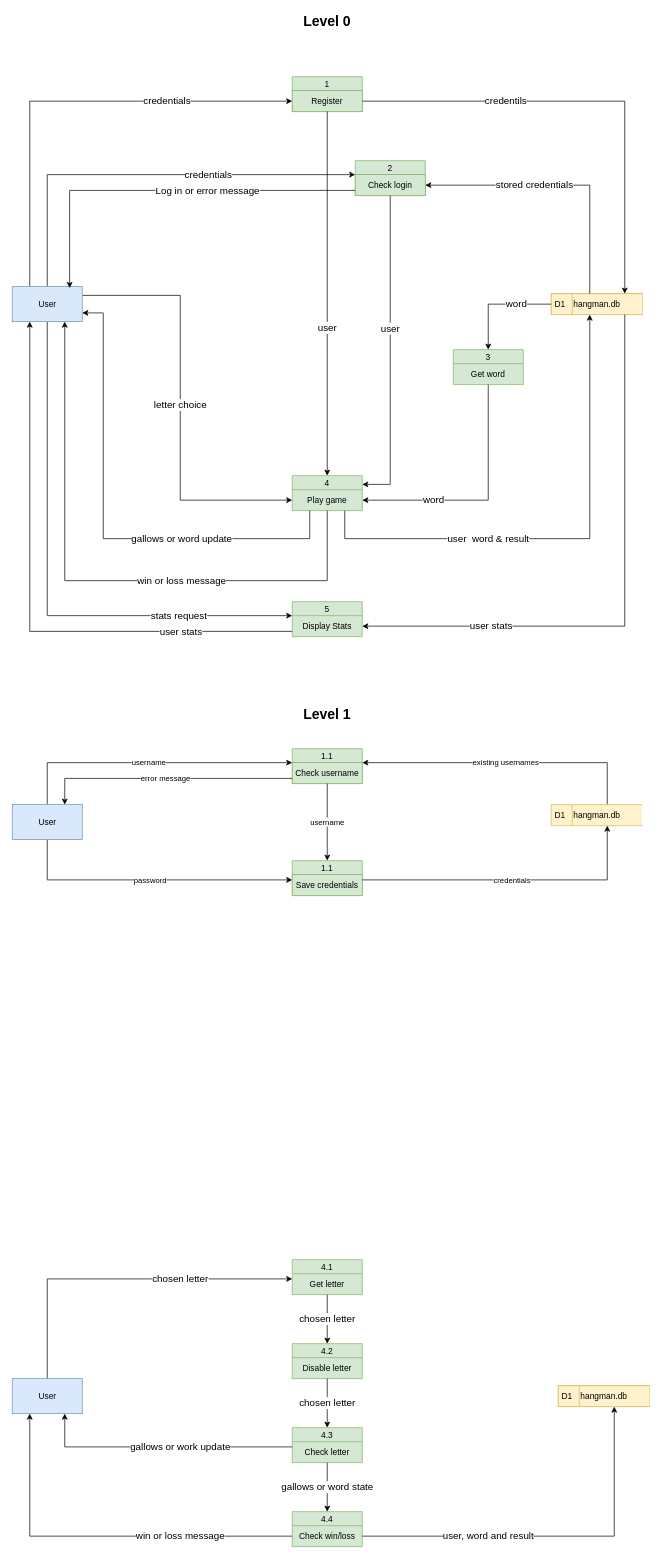
Before: page "DFD" (5 of 7) of scenario/scenario_unit_2.drawio in DamoM73/digital-solutions-text, a draw.io diagram. Source tidied: cells renumbered, new cells numbered last; positions are measured from the earlier drawing's top-left corner, leaving out a move shared by most shapes. Both pictures are drawn from the tidied source at 70%, with x=0, y=0 at pixel (12, 13).
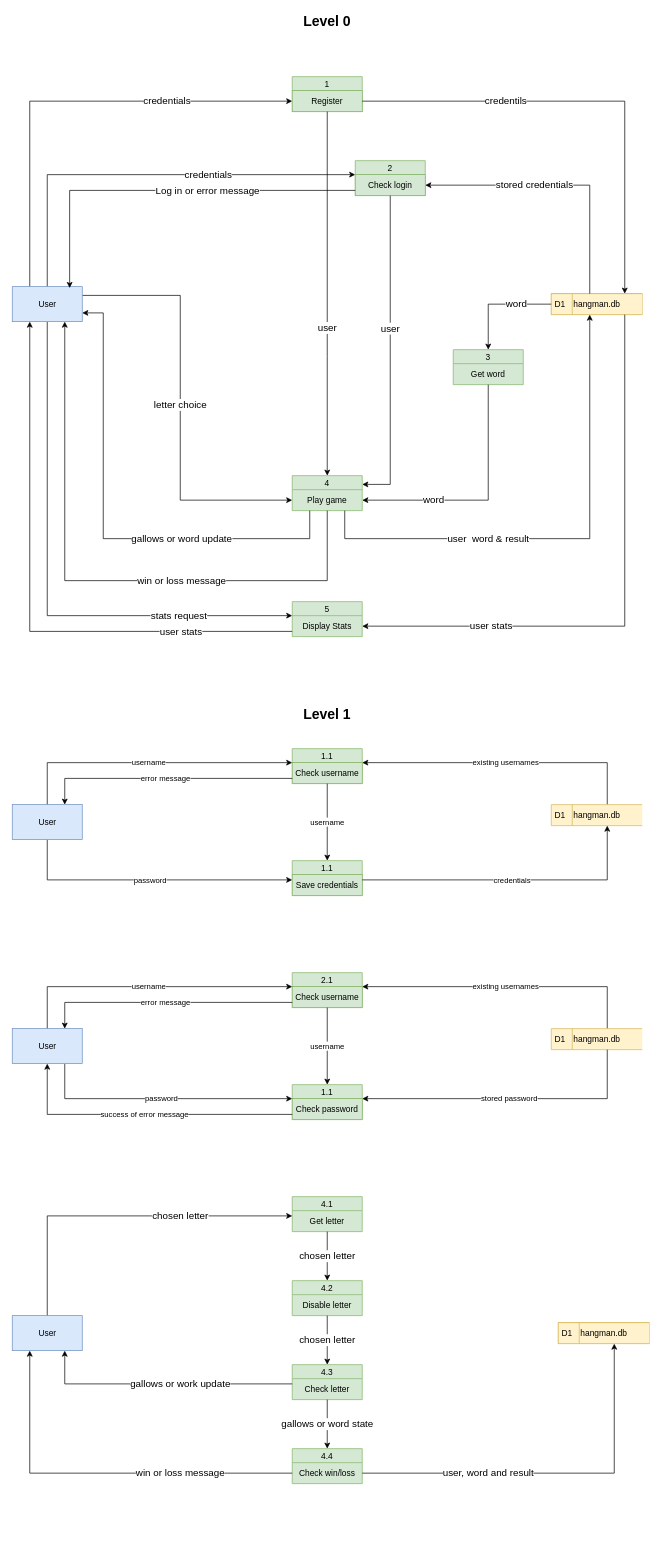
The same diagram, later.

Change to the diagram source:
```diff
@@
     <mxCell id="18" value="4.1" style="swimlane;fontStyle=0;horizontal=1;startSize=20;fillColor=#d5e8d4;swimlaneFillColor=#D5E8D4;strokeColor=#82b366;" parent="1" vertex="1">
-      <mxGeometry x="400" y="1780" width="100" height="50" as="geometry" />
+      <mxGeometry x="400" y="1690" width="100" height="50" as="geometry" />
     </mxCell>
@@
     <mxCell id="20" value="4.2" style="swimlane;fontStyle=0;horizontal=1;startSize=20;fillColor=#d5e8d4;swimlaneFillColor=#D5E8D4;strokeColor=#82b366;" parent="1" vertex="1">
-      <mxGeometry x="400" y="1900" width="100" height="50" as="geometry" />
+      <mxGeometry x="400" y="1810" width="100" height="50" as="geometry" />
     </mxCell>
@@
     <mxCell id="22" value="4.4" style="swimlane;fontStyle=0;horizontal=1;startSize=20;fillColor=#d5e8d4;swimlaneFillColor=#D5E8D4;strokeColor=#82b366;" parent="1" vertex="1">
-      <mxGeometry x="400" y="2140" width="100" height="50" as="geometry" />
+      <mxGeometry x="400" y="2050" width="100" height="50" as="geometry" />
     </mxCell>
@@
     <mxCell id="36" value="User" style="html=1;dashed=0;whitespace=wrap;fillColor=#dae8fc;strokeColor=#6c8ebf;" parent="1" vertex="1">
-      <mxGeometry y="1950" width="100" height="50" as="geometry" />
+      <mxGeometry y="1860" width="100" height="50" as="geometry" />
     </mxCell>
@@
     <mxCell id="40" value="4.3" style="swimlane;fontStyle=0;horizontal=1;startSize=20;fillColor=#d5e8d4;swimlaneFillColor=#D5E8D4;strokeColor=#82b366;" parent="1" vertex="1">
-      <mxGeometry x="400" y="2020" width="100" height="50" as="geometry" />
+      <mxGeometry x="400" y="1930" width="100" height="50" as="geometry" />
     </mxCell>
@@
     <mxCell id="50" style="group;align=left;fillColor=#fff2cc;strokeColor=#d6b656;" parent="1" vertex="1">
-      <mxGeometry x="780" y="1960" width="130" height="30" as="geometry" />
+      <mxGeometry x="780" y="1870" width="130" height="30" as="geometry" />
     </mxCell>
@@
+    <mxCell id="67" value="username" style="edgeStyle=orthogonalEdgeStyle;rounded=0;jettySize=auto;html=1;exitX=0.5;exitY=0;exitDx=0;exitDy=0;entryX=0;entryY=0;entryDx=0;entryDy=0;" parent="1" edge="1" source="69" target="71">
+      <mxGeometry relative="1" as="geometry">
+        <Array as="points">
+          <mxPoint x="50" y="1390" />
+        </Array>
+      </mxGeometry>
+    </mxCell>
+    <mxCell id="68" value="password" style="edgeStyle=orthogonalEdgeStyle;rounded=0;jettySize=auto;html=1;exitX=0.75;exitY=1;exitDx=0;exitDy=0;entryX=0;entryY=0;entryDx=0;entryDy=0;" parent="1" edge="1" source="69" target="78">
+      <mxGeometry relative="1" as="geometry">
+        <Array as="points">
+          <mxPoint x="75" y="1550" />
+        </Array>
+      </mxGeometry>
+    </mxCell>
+    <mxCell id="69" value="User" style="html=1;dashed=0;whitespace=wrap;fillColor=#dae8fc;strokeColor=#6c8ebf;" parent="1" vertex="1">
+      <mxGeometry y="1450" width="100" height="50" as="geometry" />
+    </mxCell>
+    <mxCell id="70" value="2.1" style="swimlane;fontStyle=0;horizontal=1;startSize=20;fillColor=#d5e8d4;swimlaneFillColor=#ffffff;strokeColor=#82b366;" parent="1" vertex="1">
+      <mxGeometry x="400" y="1370" width="100" height="50" as="geometry" />
+    </mxCell>
+    <mxCell id="71" value="Check username" style="text;html=1;strokeColor=#82b366;fillColor=#d5e8d4;align=center;verticalAlign=middle;whiteSpace=wrap;rounded=0;" parent="70" vertex="1">
+      <mxGeometry y="20" width="100" height="30" as="geometry" />
+    </mxCell>
+    <mxCell id="72" value="existing usernames" style="edgeStyle=orthogonalEdgeStyle;rounded=0;jettySize=auto;html=1;exitX=0.5;exitY=0;exitDx=0;exitDy=0;entryX=1;entryY=0;entryDx=0;entryDy=0;" parent="1" edge="1" source="76" target="71">
+      <mxGeometry relative="1" as="geometry">
+        <Array as="points">
+          <mxPoint x="850" y="1390" />
+        </Array>
+      </mxGeometry>
+    </mxCell>
+    <mxCell id="73" value="error message" style="edgeStyle=orthogonalEdgeStyle;rounded=0;jettySize=auto;html=1;exitX=0;exitY=0.75;exitDx=0;exitDy=0;entryX=0.75;entryY=0;entryDx=0;entryDy=0;" parent="1" edge="1" source="71" target="69">
+      <mxGeometry relative="1" as="geometry" />
+    </mxCell>
+    <mxCell id="74" style="group;" parent="1" vertex="1">
+      <mxGeometry x="770" y="1450" width="130" height="30" as="geometry" />
+    </mxCell>
+    <mxCell id="75" value="D1" style="html=1;dashed=0;whitespace=wrap;shape=mxgraph.dfd.dataStoreID;align=left;spacingLeft=3;fillColor=#fff2cc;strokeColor=#d6b656;" parent="74" vertex="1">
+      <mxGeometry width="130" height="30" as="geometry" />
+    </mxCell>
+    <mxCell id="76" value="hangman.db" style="text;html=1;strokeColor=none;fillColor=none;align=left;verticalAlign=middle;whiteSpace=wrap;rounded=0;" parent="74" vertex="1">
+      <mxGeometry x="30" width="100" height="30" as="geometry" />
+    </mxCell>
+    <mxCell id="77" value="1.1" style="swimlane;fontStyle=0;horizontal=1;startSize=20;fillColor=#d5e8d4;swimlaneFillColor=#ffffff;strokeColor=#82b366;" parent="1" vertex="1">
+      <mxGeometry x="400" y="1530" width="100" height="50" as="geometry" />
+    </mxCell>
+    <mxCell id="78" value="Check password" style="text;html=1;strokeColor=#82b366;fillColor=#d5e8d4;align=center;verticalAlign=middle;whiteSpace=wrap;rounded=0;" parent="77" vertex="1">
+      <mxGeometry y="20" width="100" height="30" as="geometry" />
+    </mxCell>
+    <mxCell id="79" value="username" style="edgeStyle=orthogonalEdgeStyle;rounded=0;jettySize=auto;html=1;exitX=0.5;exitY=1;exitDx=0;exitDy=0;entryX=0.5;entryY=0;entryDx=0;entryDy=0;" parent="1" edge="1" source="71" target="77">
+      <mxGeometry relative="1" as="geometry" />
+    </mxCell>
+    <mxCell id="80" value="stored password" style="edgeStyle=orthogonalEdgeStyle;rounded=0;jettySize=auto;html=1;exitX=0.5;exitY=1;exitDx=0;exitDy=0;entryX=1;entryY=0;entryDx=0;entryDy=0;" parent="1" edge="1" source="76" target="78">
+      <mxGeometry relative="1" as="geometry">
+        <Array as="points">
+          <mxPoint x="850" y="1550" />
+        </Array>
+      </mxGeometry>
+    </mxCell>
+    <mxCell id="81" value="success of error message" style="edgeStyle=orthogonalEdgeStyle;rounded=0;jettySize=auto;html=1;exitX=0;exitY=0.75;exitDx=0;exitDy=0;entryX=0.5;entryY=1;entryDx=0;entryDy=0;" parent="1" edge="1" source="78" target="69">
+      <mxGeometry relative="1" as="geometry" />
+    </mxCell>
```
